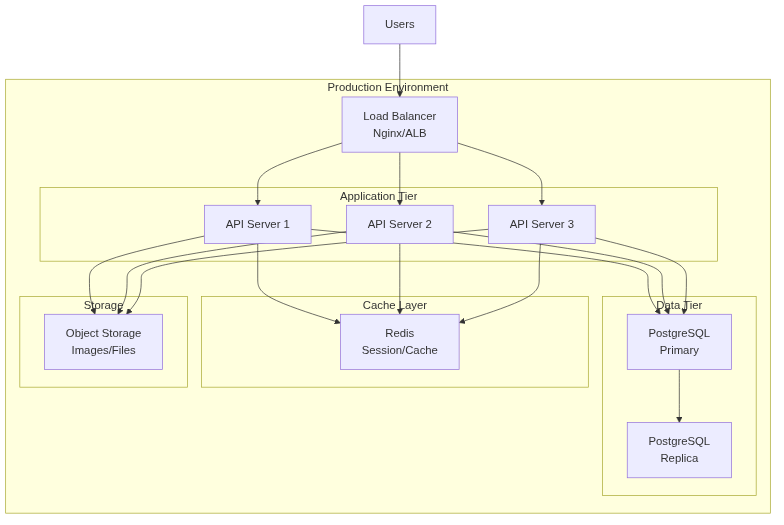
This is docs/diagrams/deployment-architecture.png from FAZuH/MonitorMBG, a Mermaid export, as it was before one commit. Its source is kept beside it as docs/diagrams/deployment-architecture.mmd. Source of this version:
```mermaid
graph TB
    subgraph Production["Production Environment"]
        LB["Load Balancer<br/>Nginx/ALB"]

        subgraph App["Application Tier"]
            API1["API Server 1"]
            API2["API Server 2"]
            API3["API Server 3"]
        end

        subgraph Data["Data Tier"]
            Primary["PostgreSQL<br/>Primary"]
            Replica["PostgreSQL<br/>Replica"]
        end

        subgraph Cache["Cache Layer"]
            Redis["Redis<br/>Session/Cache"]
        end

        subgraph Storage["Storage"]
            S3["Object Storage<br/>Images/Files"]
        end
    end

    Users["Users"] --> LB
    LB --> API1
    LB --> API2
    LB --> API3

    API1 --> Primary
    API2 --> Primary
    API3 --> Primary

    Primary --> Replica

    API1 --> Redis
    API2 --> Redis
    API3 --> Redis

    API1 --> S3
    API2 --> S3
    API3 --> S3
```
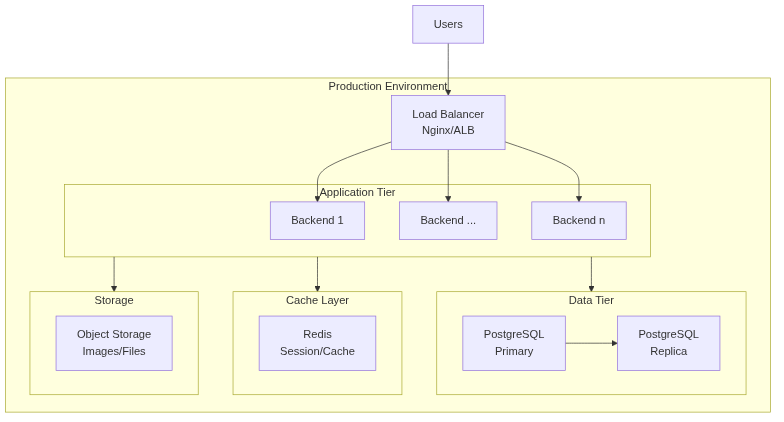
The same diagram one commit later.

Commit message:
docs: Add storage backend docs

Diff of the diagram source:
```diff
@@ -3,9 +3,9 @@
         LB["Load Balancer<br/>Nginx/ALB"]
 
         subgraph App["Application Tier"]
-            API1["API Server 1"]
-            API2["API Server 2"]
-            API3["API Server 3"]
+            Backend1["Backend 1"]
+            Backend2["Backend ..."]
+            Backend3["Backend n"]
         end
 
         subgraph Data["Data Tier"]
@@ -23,20 +23,13 @@
     end
 
     Users["Users"] --> LB
-    LB --> API1
-    LB --> API2
-    LB --> API3
 
-    API1 --> Primary
-    API2 --> Primary
-    API3 --> Primary
+    LB --> Backend1
+    LB --> Backend2
+    LB --> Backend3
+
+    App --> Data
+    App --> Cache
+    App --> Storage
 
     Primary --> Replica
-
-    API1 --> Redis
-    API2 --> Redis
-    API3 --> Redis
-
-    API1 --> S3
-    API2 --> S3
-    API3 --> S3
```
